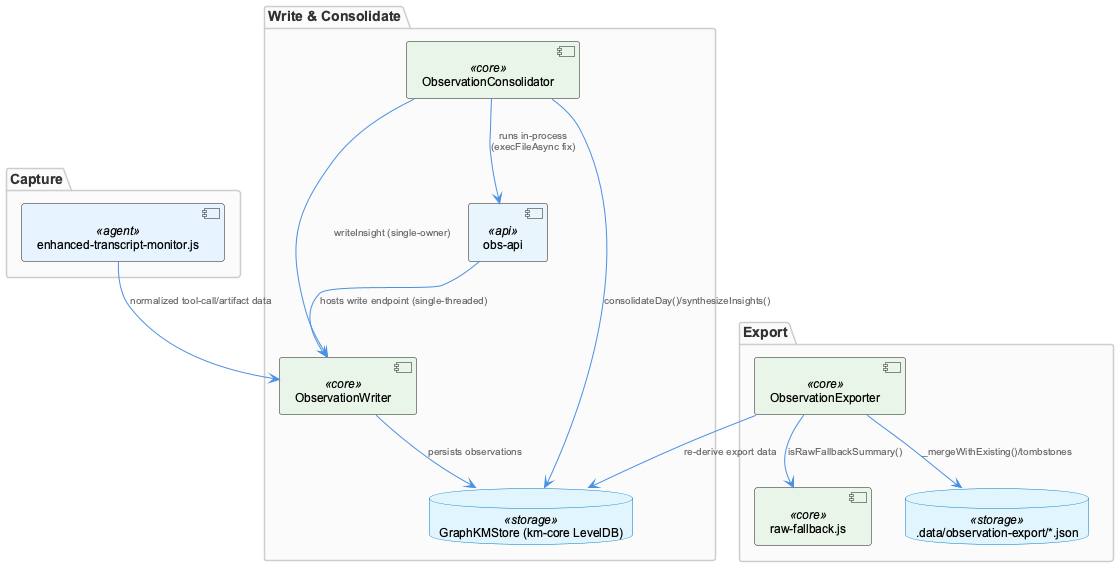
The PlantUML diagram knowledge-management/insights/images/observation-pipeline-architecture.png in fwornle/coding, before a commit. Source of this version:
```plantuml
@startuml
!include /Users/Q284340/Agentic/coding/docs/puml/_standard-style.puml

package "Capture" {
  component "enhanced-transcript-monitor.js" as monitor <<agent>>
}

package "Write & Consolidate" {
  component "ObservationWriter" as writer <<core>>
  component "ObservationConsolidator" as consolidator <<core>>
  database "GraphKMStore (km-core LevelDB)" as kmstore <<storage>>
  component "obs-api" as api <<api>>
}

package "Export" {
  component "ObservationExporter" as exporter <<core>>
  component "raw-fallback.js" as rawfallback <<core>>
  database ".data/observation-export/*.json" as jsonfiles <<storage>>
}

monitor --> writer : normalized tool-call/artifact data
writer --> kmstore : persists observations
api --> writer : hosts write endpoint (single-threaded)
consolidator --> kmstore : consolidateDay()/synthesizeInsights()
consolidator --> writer : writeInsight (single-owner)
consolidator --> api : runs in-process\n(execFileAsync fix)

exporter --> kmstore : re-derive export data
exporter --> rawfallback : isRawFallbackSummary()
exporter --> jsonfiles : _mergeWithExisting()/tombstones

@enduml
```
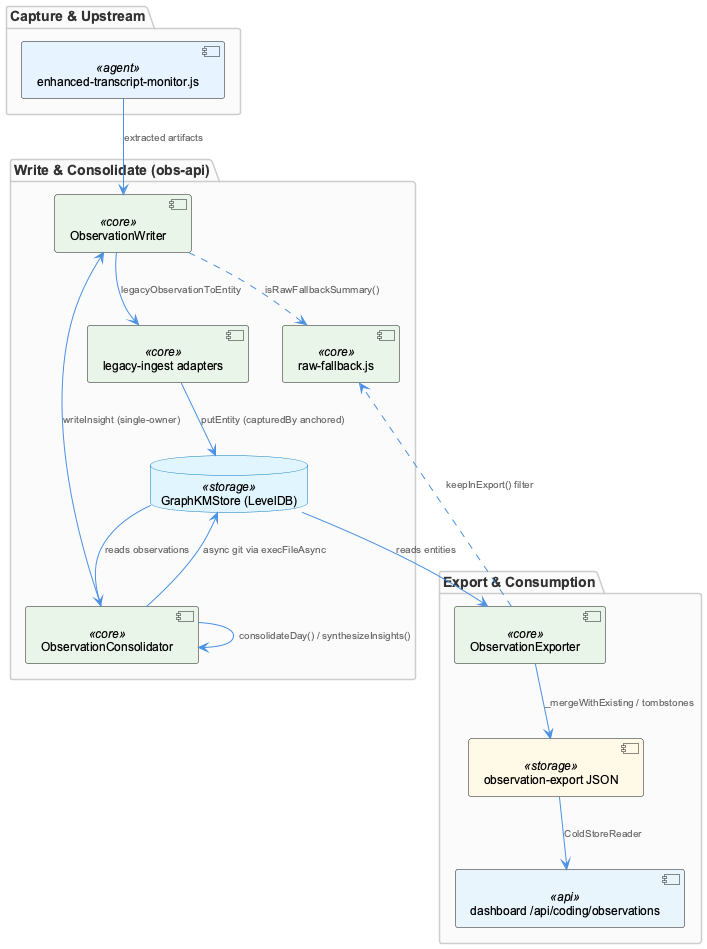
Above is the later version.

What changed in the source:
```diff
@@ -1,32 +1,37 @@
 @startuml
-!include /Users/Q284340/Agentic/coding/docs/puml/_standard-style.puml
+!include _standard-style.puml
 
-package "Capture" {
-  component "enhanced-transcript-monitor.js" as monitor <<agent>>
+package "Capture & Upstream" {
+  component "enhanced-transcript-monitor.js" as etm <<agent>>
 }
 
-package "Write & Consolidate" {
+package "Write & Consolidate (obs-api)" {
   component "ObservationWriter" as writer <<core>>
+  component "legacy-ingest adapters" as adapter <<core>>
+  component "raw-fallback.js" as rawfb <<core>>
   component "ObservationConsolidator" as consolidator <<core>>
-  database "GraphKMStore (km-core LevelDB)" as kmstore <<storage>>
-  component "obs-api" as api <<api>>
+  database "GraphKMStore (LevelDB)" as kmstore <<storage>>
 }
 
-package "Export" {
+package "Export & Consumption" {
   component "ObservationExporter" as exporter <<core>>
-  component "raw-fallback.js" as rawfallback <<core>>
-  database ".data/observation-export/*.json" as jsonfiles <<storage>>
+  component "observation-export JSON" as jsonstore <<storage>>
+  component "dashboard /api/coding/observations" as dashboard <<api>>
 }
 
-monitor --> writer : normalized tool-call/artifact data
-writer --> kmstore : persists observations
-api --> writer : hosts write endpoint (single-threaded)
-consolidator --> kmstore : consolidateDay()/synthesizeInsights()
-consolidator --> writer : writeInsight (single-owner)
-consolidator --> api : runs in-process\n(execFileAsync fix)
+etm --> writer : "extracted artifacts"
+writer --> adapter : "legacyObservationToEntity"
+adapter --> kmstore : "putEntity (capturedBy anchored)"
+writer ..> rawfb : "isRawFallbackSummary()"
 
-exporter --> kmstore : re-derive export data
-exporter --> rawfallback : isRawFallbackSummary()
-exporter --> jsonfiles : _mergeWithExisting()/tombstones
+kmstore --> consolidator : "reads observations"
+consolidator --> consolidator : "consolidateDay() / synthesizeInsights()"
+consolidator --> writer : "writeInsight (single-owner)"
+consolidator --> kmstore : "async git via execFileAsync"
+
+kmstore --> exporter : "reads entities"
+exporter ..> rawfb : "keepInExport() filter"
+exporter --> jsonstore : "_mergeWithExisting / tombstones"
+jsonstore --> dashboard : "ColdStoreReader"
 
 @enduml
```
